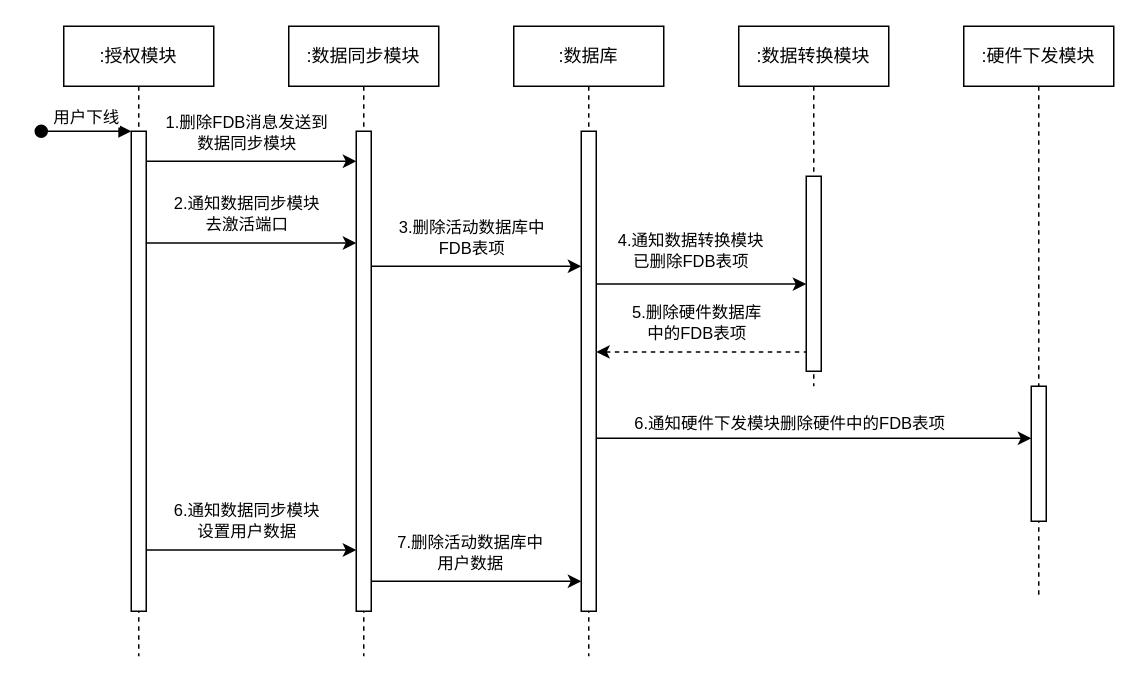
PATORITU/PATORITU keeps this draw.io diagram as 去授权时序图.drawio. Above is the earlier version. Source tidied: cells renumbered, new cells numbered last; positions are measured from the earlier drawing's top-left corner, leaving out a move shared by most shapes. Both pictures are drawn from the tidied source at 150%, with x=0, y=0 at pixel (40, 26).
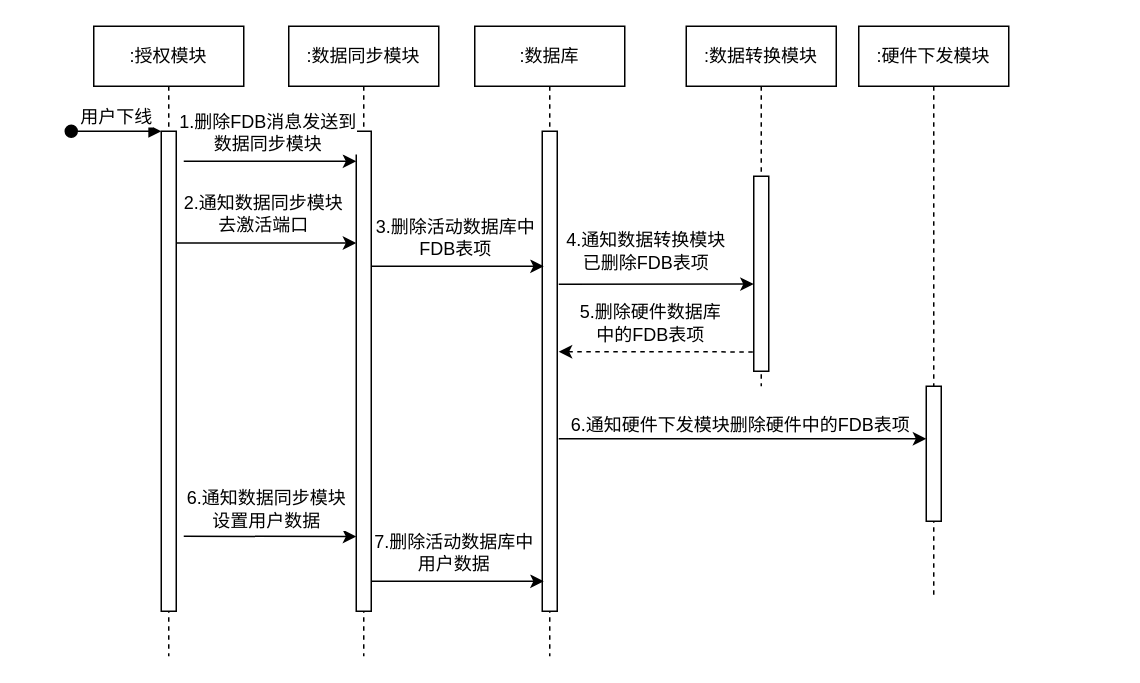
Above is the later version.

Commit message:
更新去授权时序图.drawio

The edit, as a diff of the source:
```diff
@@
-    <mxCell id="2" value=":授权模块" style="shape=umlLifeline;perimeter=lifelinePerimeter;whiteSpace=wrap;html=1;newEdgeStyle={&quot;edgeStyle&quot;:&quot;elbowEdgeStyle&quot;,&quot;elbow&quot;:&quot;vertical&quot;,&quot;curved&quot;:0,&quot;rounded&quot;:0};" parent="1" vertex="1">
-      <mxGeometry x="15" width="100" height="420" as="geometry" />
+    <mxCell id="2" value=":授权模块" style="shape=umlLifeline;perimeter=lifelinePerimeter;whiteSpace=wrap;html=1;newEdgeStyle={&quot;edgeStyle&quot;:&quot;elbowEdgeStyle&quot;,&quot;elbow&quot;:&quot;vertical&quot;,&quot;curved&quot;:0,&quot;rounded&quot;:0};fontFamily=宋体;" parent="1" vertex="1">
+      <mxGeometry x="35" width="100" height="420" as="geometry" />
     </mxCell>
-    <mxCell id="3" style="html=1;points=[];perimeter=orthogonalPerimeter;outlineConnect=0;targetShapes=umlLifeline;portConstraint=eastwest;newEdgeStyle={&quot;edgeStyle&quot;:&quot;elbowEdgeStyle&quot;,&quot;elbow&quot;:&quot;vertical&quot;,&quot;curved&quot;:0,&quot;rounded&quot;:0};" parent="2" vertex="1">
+    <mxCell id="3" style="html=1;points=[];perimeter=orthogonalPerimeter;outlineConnect=0;targetShapes=umlLifeline;portConstraint=eastwest;newEdgeStyle={&quot;edgeStyle&quot;:&quot;elbowEdgeStyle&quot;,&quot;elbow&quot;:&quot;vertical&quot;,&quot;curved&quot;:0,&quot;rounded&quot;:0};fontFamily=宋体;" parent="2" vertex="1">
       <mxGeometry x="45" y="70" width="10" height="320" as="geometry" />
     </mxCell>
-    <mxCell id="4" value="用户下线" style="html=1;verticalAlign=bottom;startArrow=oval;endArrow=block;startSize=8;edgeStyle=elbowEdgeStyle;elbow=vertical;curved=0;rounded=0;" parent="2" edge="1" target="3">
+    <mxCell id="4" value="用户下线" style="html=1;verticalAlign=bottom;startArrow=oval;endArrow=block;startSize=8;edgeStyle=elbowEdgeStyle;elbow=vertical;curved=0;rounded=0;fontFamily=宋体;fontSize=12;" parent="2" edge="1" target="3">
       <mxGeometry relative="1" as="geometry">
         <mxPoint x="-15" y="70" as="sourcePoint" />
       </mxGeometry>
     </mxCell>
-    <mxCell id="5" value=":数据同步模块" style="shape=umlLifeline;perimeter=lifelinePerimeter;whiteSpace=wrap;html=1;newEdgeStyle={&quot;edgeStyle&quot;:&quot;elbowEdgeStyle&quot;,&quot;elbow&quot;:&quot;vertical&quot;,&quot;curved&quot;:0,&quot;rounded&quot;:0};" parent="1" vertex="1">
+    <mxCell id="5" value=":数据同步模块" style="shape=umlLifeline;perimeter=lifelinePerimeter;whiteSpace=wrap;html=1;newEdgeStyle={&quot;edgeStyle&quot;:&quot;elbowEdgeStyle&quot;,&quot;elbow&quot;:&quot;vertical&quot;,&quot;curved&quot;:0,&quot;rounded&quot;:0};fontFamily=宋体;" parent="1" vertex="1">
       <mxGeometry x="165" width="100" height="420" as="geometry" />
     </mxCell>
-    <mxCell id="6" style="html=1;perimeter=orthogonalPerimeter;targetShapes=umlLifeline;newEdgeStyle={&quot;edgeStyle&quot;:&quot;elbowEdgeStyle&quot;,&quot;elbow&quot;:&quot;vertical&quot;,&quot;curved&quot;:0,&quot;rounded&quot;:0};" parent="5" vertex="1">
+    <mxCell id="6" style="html=1;perimeter=orthogonalPerimeter;targetShapes=umlLifeline;newEdgeStyle={&quot;edgeStyle&quot;:&quot;elbowEdgeStyle&quot;,&quot;elbow&quot;:&quot;vertical&quot;,&quot;curved&quot;:0,&quot;rounded&quot;:0};fontFamily=宋体;" parent="5" vertex="1">
       <mxGeometry x="45" y="70" width="10" height="320" as="geometry" />
     </mxCell>
-    <mxCell id="7" value=":数据库" style="shape=umlLifeline;perimeter=lifelinePerimeter;whiteSpace=wrap;html=1;newEdgeStyle={&quot;edgeStyle&quot;:&quot;elbowEdgeStyle&quot;,&quot;elbow&quot;:&quot;vertical&quot;,&quot;curved&quot;:0,&quot;rounded&quot;:0};" parent="1" vertex="1">
-      <mxGeometry x="315" width="100" height="420" as="geometry" />
+    <mxCell id="7" value=":数据库" style="shape=umlLifeline;perimeter=lifelinePerimeter;whiteSpace=wrap;html=1;newEdgeStyle={&quot;edgeStyle&quot;:&quot;elbowEdgeStyle&quot;,&quot;elbow&quot;:&quot;vertical&quot;,&quot;curved&quot;:0,&quot;rounded&quot;:0};fontFamily=宋体;" parent="1" vertex="1">
+      <mxGeometry x="289" width="100" height="420" as="geometry" />
     </mxCell>
-    <mxCell id="8" style="html=1;perimeter=orthogonalPerimeter;targetShapes=umlLifeline;newEdgeStyle={&quot;edgeStyle&quot;:&quot;elbowEdgeStyle&quot;,&quot;elbow&quot;:&quot;vertical&quot;,&quot;curved&quot;:0,&quot;rounded&quot;:0};" parent="7" vertex="1">
+    <mxCell id="8" style="html=1;perimeter=orthogonalPerimeter;targetShapes=umlLifeline;newEdgeStyle={&quot;edgeStyle&quot;:&quot;elbowEdgeStyle&quot;,&quot;elbow&quot;:&quot;vertical&quot;,&quot;curved&quot;:0,&quot;rounded&quot;:0};fontFamily=宋体;" parent="7" vertex="1">
       <mxGeometry x="45" y="70" width="10" height="320" as="geometry" />
     </mxCell>
-    <mxCell id="9" value=":数据转换模块" style="shape=umlLifeline;perimeter=lifelinePerimeter;whiteSpace=wrap;html=1;newEdgeStyle={&quot;edgeStyle&quot;:&quot;elbowEdgeStyle&quot;,&quot;elbow&quot;:&quot;vertical&quot;,&quot;curved&quot;:0,&quot;rounded&quot;:0};" parent="1" vertex="1">
-      <mxGeometry x="465" width="100" height="240" as="geometry" />
+    <mxCell id="9" value=":数据转换模块" style="shape=umlLifeline;perimeter=lifelinePerimeter;whiteSpace=wrap;html=1;newEdgeStyle={&quot;edgeStyle&quot;:&quot;elbowEdgeStyle&quot;,&quot;elbow&quot;:&quot;vertical&quot;,&quot;curved&quot;:0,&quot;rounded&quot;:0};fontFamily=宋体;" parent="1" vertex="1">
+      <mxGeometry x="430" width="100" height="240" as="geometry" />
     </mxCell>
-    <mxCell id="10" style="html=1;perimeter=orthogonalPerimeter;targetShapes=umlLifeline;newEdgeStyle={&quot;edgeStyle&quot;:&quot;elbowEdgeStyle&quot;,&quot;elbow&quot;:&quot;vertical&quot;,&quot;curved&quot;:0,&quot;rounded&quot;:0};" parent="9" vertex="1">
+    <mxCell id="10" style="html=1;perimeter=orthogonalPerimeter;targetShapes=umlLifeline;newEdgeStyle={&quot;edgeStyle&quot;:&quot;elbowEdgeStyle&quot;,&quot;elbow&quot;:&quot;vertical&quot;,&quot;curved&quot;:0,&quot;rounded&quot;:0};fontFamily=宋体;" parent="9" vertex="1">
       <mxGeometry x="45" y="100" width="10" height="130" as="geometry" />
     </mxCell>
-    <mxCell id="11" value=":硬件下发模块" style="shape=umlLifeline;perimeter=lifelinePerimeter;whiteSpace=wrap;html=1;newEdgeStyle={&quot;edgeStyle&quot;:&quot;elbowEdgeStyle&quot;,&quot;elbow&quot;:&quot;vertical&quot;,&quot;curved&quot;:0,&quot;rounded&quot;:0};" parent="1" vertex="1">
-      <mxGeometry x="615" width="100" height="380" as="geometry" />
+    <mxCell id="11" value=":硬件下发模块" style="shape=umlLifeline;perimeter=lifelinePerimeter;whiteSpace=wrap;html=1;newEdgeStyle={&quot;edgeStyle&quot;:&quot;elbowEdgeStyle&quot;,&quot;elbow&quot;:&quot;vertical&quot;,&quot;curved&quot;:0,&quot;rounded&quot;:0};fontFamily=宋体;" parent="1" vertex="1">
+      <mxGeometry x="545" width="100" height="380" as="geometry" />
     </mxCell>
-    <mxCell id="12" style="html=1;points=[];perimeter=orthogonalPerimeter;outlineConnect=0;targetShapes=umlLifeline;portConstraint=eastwest;newEdgeStyle={&quot;edgeStyle&quot;:&quot;elbowEdgeStyle&quot;,&quot;elbow&quot;:&quot;vertical&quot;,&quot;curved&quot;:0,&quot;rounded&quot;:0};" parent="11" vertex="1">
+    <mxCell id="12" style="html=1;points=[];perimeter=orthogonalPerimeter;outlineConnect=0;targetShapes=umlLifeline;portConstraint=eastwest;newEdgeStyle={&quot;edgeStyle&quot;:&quot;elbowEdgeStyle&quot;,&quot;elbow&quot;:&quot;vertical&quot;,&quot;curved&quot;:0,&quot;rounded&quot;:0};fontFamily=宋体;" parent="11" vertex="1">
       <mxGeometry x="45" y="240" width="10" height="90" as="geometry" />
     </mxCell>
-    <mxCell id="13" style="endArrow=classic;html=1;rounded=0;" parent="1" edge="1">
+    <mxCell id="13" style="endArrow=classic;html=1;rounded=0;fontFamily=宋体;" parent="1" edge="1">
       <mxGeometry relative="1" as="geometry">
-        <mxPoint x="70" y="90" as="sourcePoint" />
+        <mxPoint x="95" y="90" as="sourcePoint" />
         <mxPoint x="210" y="90" as="targetPoint" />
       </mxGeometry>
     </mxCell>
-    <mxCell id="14" value="1.删除FDB消息发送到&lt;br&gt;数据同步模块" style="edgeLabel;html=1;align=center;verticalAlign=middle;" parent="13" vertex="1">
+    <mxCell id="14" value="1.删除FDB消息发送到&lt;br style=&quot;font-size: 12px;&quot;&gt;数据同步模块" style="edgeLabel;html=1;align=center;verticalAlign=middle;fontFamily=宋体;fontSize=12;" parent="13" vertex="1">
       <mxGeometry x="-0.15" relative="1" as="geometry">
         <mxPoint x="6" y="-20" as="offset" />
       </mxGeometry>
     </mxCell>
-    <mxCell id="15" style="endArrow=classic;html=1;rounded=0;" parent="1" edge="1">
+    <mxCell id="15" style="endArrow=classic;html=1;rounded=0;fontFamily=宋体;" parent="1" edge="1">
       <mxGeometry relative="1" as="geometry">
         <mxPoint x="220" y="160" as="sourcePoint" />
-        <mxPoint x="360" y="160" as="targetPoint" />
+        <mxPoint x="335" y="160" as="targetPoint" />
       </mxGeometry>
     </mxCell>
-    <mxCell id="16" value="3.删除活动数据库中&lt;br&gt;FDB表项" style="edgeLabel;html=1;align=center;verticalAlign=middle;" parent="15" vertex="1">
+    <mxCell id="16" value="3.删除活动数据库中&lt;br style=&quot;font-size: 12px;&quot;&gt;FDB表项" style="edgeLabel;html=1;align=center;verticalAlign=middle;fontFamily=宋体;fontSize=12;" parent="15" vertex="1">
       <mxGeometry x="-0.15" relative="1" as="geometry">
         <mxPoint x="6" y="-20" as="offset" />
       </mxGeometry>
     </mxCell>
-    <mxCell id="17" style="endArrow=none;html=1;rounded=0;endFill=0;startArrow=classic;startFill=1;dashed=1;" parent="1" edge="1">
+    <mxCell id="17" style="endArrow=none;html=1;rounded=0;endFill=0;startArrow=classic;startFill=1;dashed=1;fontFamily=宋体;" parent="1" edge="1">
       <mxGeometry relative="1" as="geometry">
-        <mxPoint x="370" y="217.1" as="sourcePoint" />
-        <mxPoint x="510" y="217.1" as="targetPoint" />
+        <mxPoint x="345" y="217" as="sourcePoint" />
+        <mxPoint x="475" y="217.1" as="targetPoint" />
       </mxGeometry>
     </mxCell>
-    <mxCell id="18" value="5.删除硬件数据库&lt;br&gt;中的FDB表项" style="edgeLabel;html=1;align=center;verticalAlign=middle;" parent="17" vertex="1">
+    <mxCell id="18" value="5.删除硬件数据库&lt;br style=&quot;font-size: 12px;&quot;&gt;中的FDB表项" style="edgeLabel;html=1;align=center;verticalAlign=middle;fontFamily=宋体;fontSize=12;" parent="17" vertex="1">
       <mxGeometry x="-0.15" relative="1" as="geometry">
         <mxPoint x="6" y="-20" as="offset" />
       </mxGeometry>
     </mxCell>
-    <mxCell id="19" style="endArrow=classic;html=1;rounded=0;" parent="1" edge="1">
+    <mxCell id="19" style="endArrow=classic;html=1;rounded=0;fontFamily=宋体;" parent="1" edge="1">
       <mxGeometry relative="1" as="geometry">
-        <mxPoint x="370" y="171.9" as="sourcePoint" />
-        <mxPoint x="510" y="171.9" as="targetPoint" />
+        <mxPoint x="345" y="172" as="sourcePoint" />
+        <mxPoint x="475" y="171.9" as="targetPoint" />
       </mxGeometry>
     </mxCell>
-    <mxCell id="20" value="4.通知数据转换模块&lt;br&gt;已删除FDB表项" style="edgeLabel;html=1;align=center;verticalAlign=middle;" parent="19" vertex="1">
+    <mxCell id="20" value="4.通知数据转换模块&lt;br style=&quot;font-size: 12px;&quot;&gt;已删除FDB表项" style="edgeLabel;html=1;align=center;verticalAlign=middle;fontFamily=宋体;fontSize=12;" parent="19" vertex="1">
       <mxGeometry x="-0.11" y="10" relative="1" as="geometry">
         <mxPoint y="-12" as="offset" />
       </mxGeometry>
     </mxCell>
-    <mxCell id="21" style="endArrow=classic;html=1;rounded=0;" parent="1" edge="1" target="12">
+    <mxCell id="21" style="endArrow=classic;html=1;rounded=0;fontFamily=宋体;" parent="1" edge="1" target="12">
       <mxGeometry relative="1" as="geometry">
-        <mxPoint x="370" y="274.7" as="sourcePoint" />
+        <mxPoint x="345" y="275" as="sourcePoint" />
       </mxGeometry>
     </mxCell>
-    <mxCell id="22" value="6.通知硬件下发模块删除硬件中的FDB表项" style="edgeLabel;html=1;align=center;verticalAlign=middle;" parent="21" vertex="1">
+    <mxCell id="22" value="6.通知硬件下发模块删除硬件中的FDB表项" style="edgeLabel;html=1;align=center;verticalAlign=middle;fontFamily=宋体;fontSize=12;" parent="21" vertex="1">
       <mxGeometry x="-0.15" relative="1" as="geometry">
-        <mxPoint x="5" y="-10" as="offset" />
+        <mxPoint x="16" y="-10" as="offset" />
       </mxGeometry>
     </mxCell>
-    <mxCell id="23" style="endArrow=classic;html=1;rounded=0;" parent="1" edge="1">
+    <mxCell id="23" style="endArrow=classic;html=1;rounded=0;fontFamily=宋体;" parent="1" edge="1">
       <mxGeometry relative="1" as="geometry">
-        <mxPoint x="70" y="349.2" as="sourcePoint" />
-        <mxPoint x="210" y="349.2" as="targetPoint" />
+        <mxPoint x="95" y="340" as="sourcePoint" />
+        <mxPoint x="210" y="340.2" as="targetPoint" />
       </mxGeometry>
     </mxCell>
-    <mxCell id="24" value="6.通知数据同步模块&lt;br&gt;设置用户数据" style="edgeLabel;html=1;align=center;verticalAlign=middle;" parent="23" vertex="1">
+    <mxCell id="24" value="6.通知数据同步模块&lt;br style=&quot;font-size: 12px;&quot;&gt;设置用户数据" style="edgeLabel;html=1;align=center;verticalAlign=middle;fontFamily=宋体;fontSize=12;" parent="23" vertex="1">
       <mxGeometry x="-0.15" relative="1" as="geometry">
-        <mxPoint x="6" y="-20" as="offset" />
+        <mxPoint x="6" y="-19" as="offset" />
       </mxGeometry>
     </mxCell>
-    <mxCell id="25" style="endArrow=classic;html=1;rounded=0;" parent="1" edge="1">
+    <mxCell id="25" style="endArrow=classic;html=1;rounded=0;fontFamily=宋体;" parent="1" edge="1">
       <mxGeometry relative="1" as="geometry">
         <mxPoint x="220" y="370" as="sourcePoint" />
-        <mxPoint x="360" y="370" as="targetPoint" />
+        <mxPoint x="335" y="370" as="targetPoint" />
       </mxGeometry>
     </mxCell>
-    <mxCell id="26" value="7.删除活动数据库中&lt;br&gt;用户数据" style="edgeLabel;html=1;align=center;verticalAlign=middle;" parent="25" vertex="1">
+    <mxCell id="26" value="7.删除活动数据库中&lt;br style=&quot;font-size: 12px;&quot;&gt;用户数据" style="edgeLabel;html=1;align=center;verticalAlign=middle;fontFamily=宋体;fontSize=12;" parent="25" vertex="1">
       <mxGeometry x="-0.15" relative="1" as="geometry">
         <mxPoint x="5" y="-20" as="offset" />
       </mxGeometry>
     </mxCell>
-    <mxCell id="27" style="endArrow=classic;html=1;rounded=0;" parent="1" edge="1">
+    <mxCell id="27" style="endArrow=classic;html=1;rounded=0;fontFamily=宋体;" parent="1" edge="1" source="3">
       <mxGeometry relative="1" as="geometry">
-        <mxPoint x="70" y="144.5" as="sourcePoint" />
         <mxPoint x="210" y="144.5" as="targetPoint" />
       </mxGeometry>
     </mxCell>
-    <mxCell id="28" value="2.通知数据同步模块&lt;br&gt;去激活端口" style="edgeLabel;html=1;align=center;verticalAlign=middle;" parent="27" vertex="1">
+    <mxCell id="28" value="2.通知数据同步模块&lt;br style=&quot;font-size: 12px;&quot;&gt;去激活端口" style="edgeLabel;html=1;align=center;verticalAlign=middle;fontFamily=宋体;fontSize=12;" parent="27" vertex="1">
       <mxGeometry x="-0.15" relative="1" as="geometry">
         <mxPoint x="6" y="-20" as="offset" />
       </mxGeometry>
     </mxCell>
```
